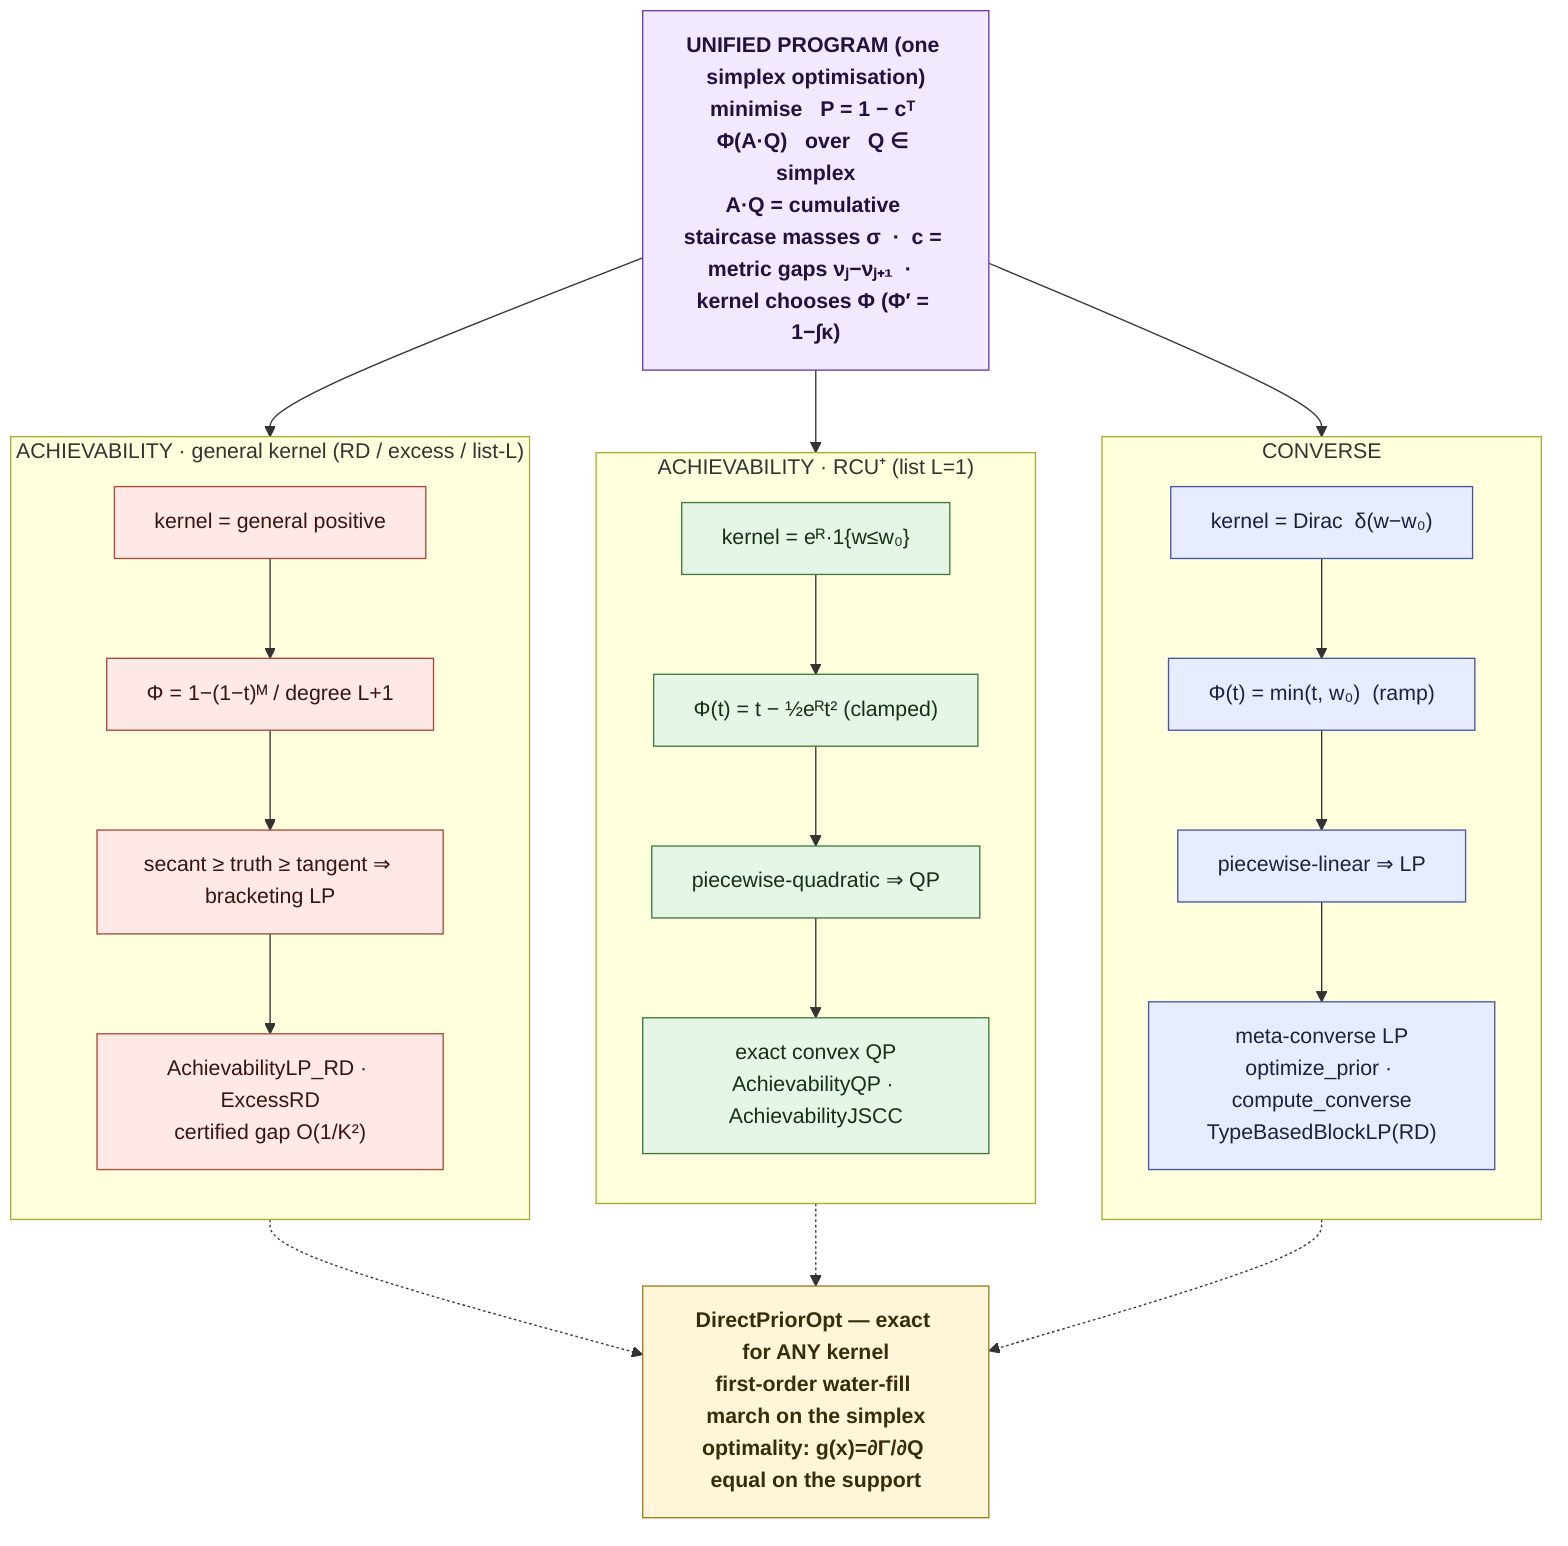
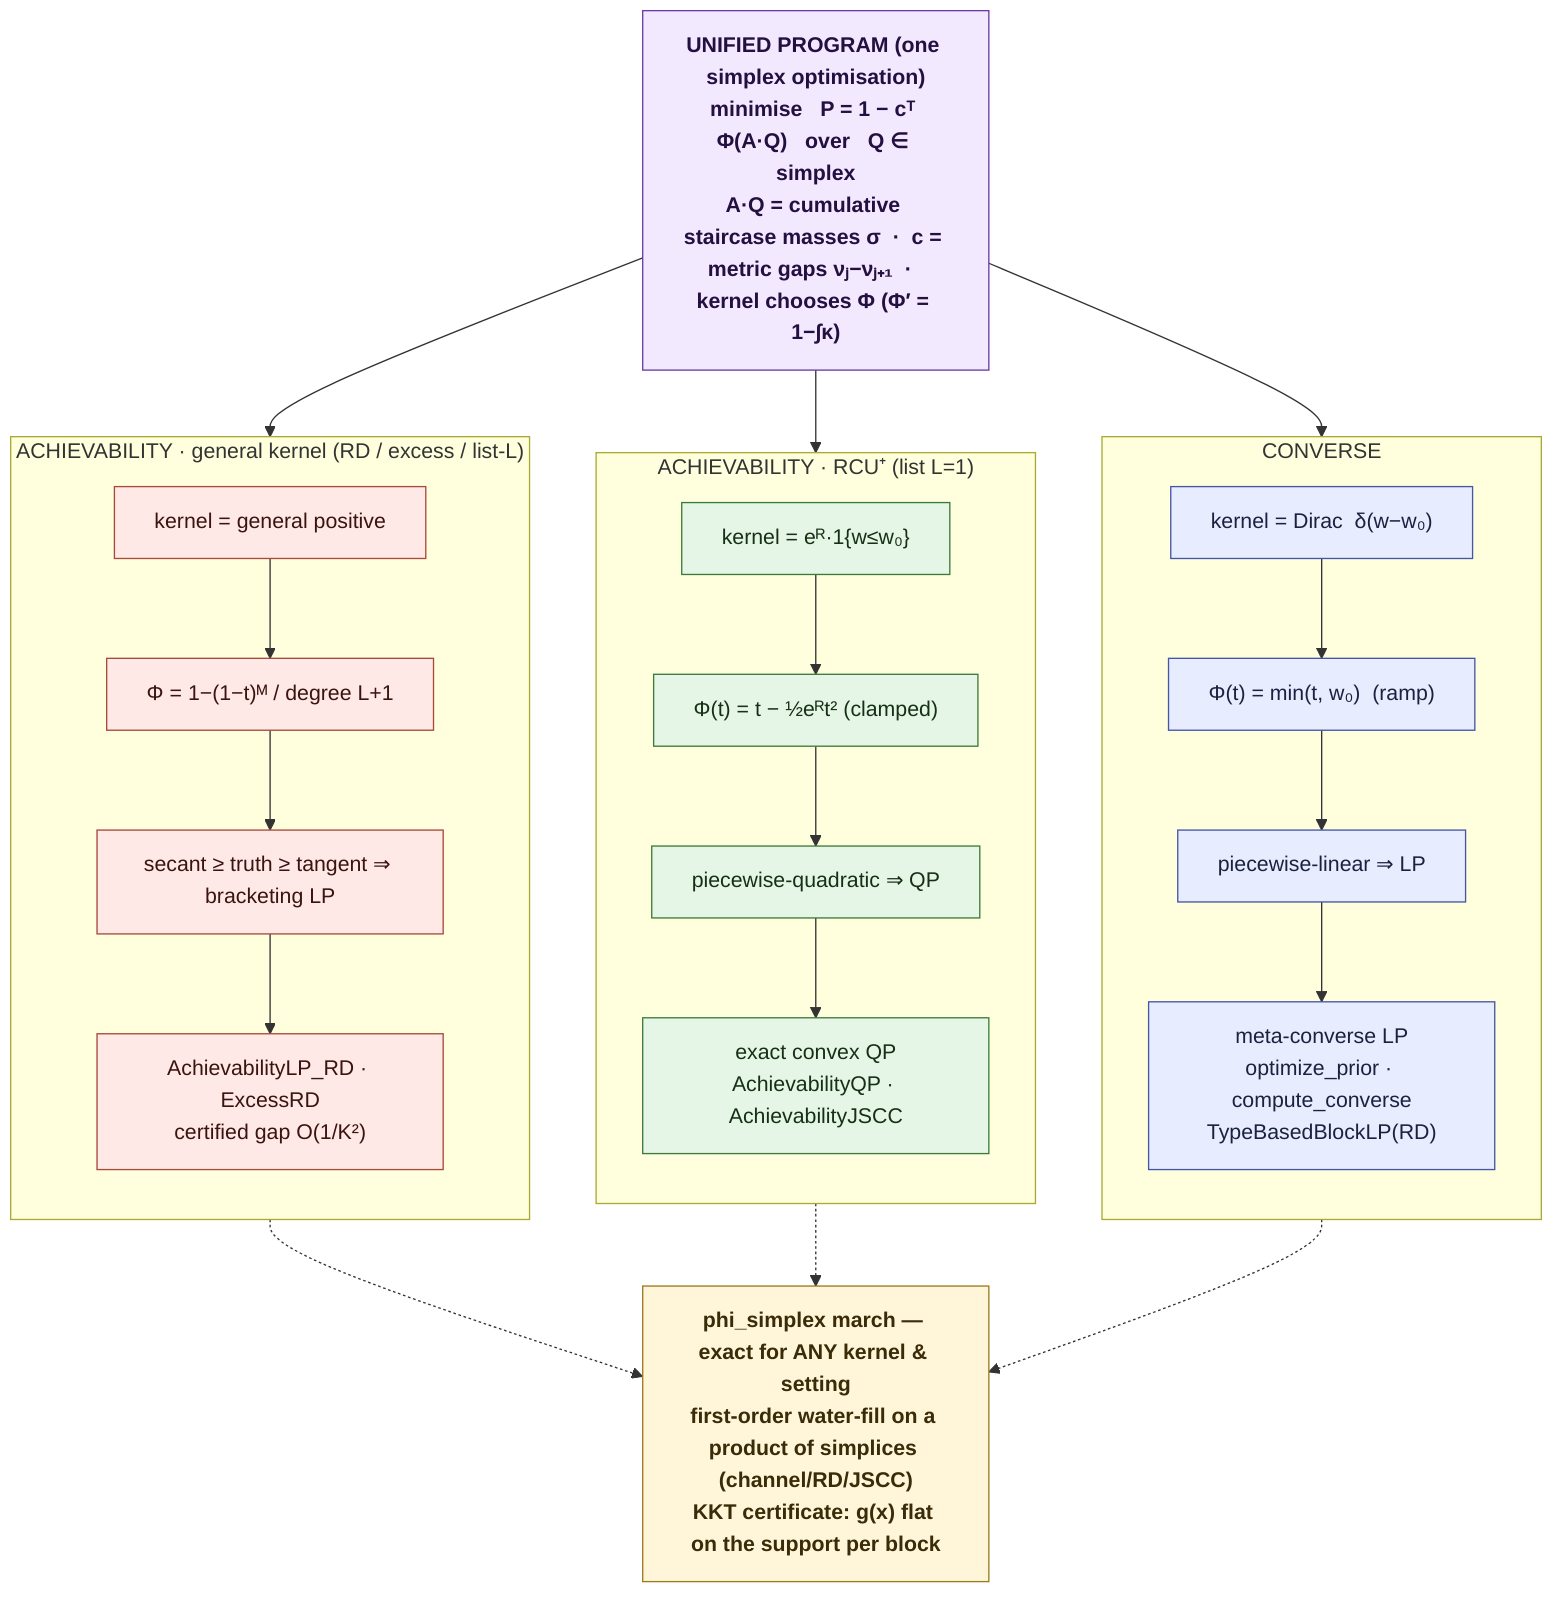
%% fbl — the one unified prior-optimization algorithm (Φ-view).
%% Source of truth for docs/algorithms.png. Render: python docs/render_diagram.py
flowchart TB
  classDef prog fill:#f3e9ff,stroke:#6a3ca6,color:#241040,font-weight:bold;
  classDef conv fill:#e8ecff,stroke:#4456a6,color:#1a2240;
  classDef ach1 fill:#e6f6e6,stroke:#3c7a3c,color:#163016;
  classDef ach2 fill:#ffe9e6,stroke:#a64a3c,color:#3a1410;
  classDef dir  fill:#fff6da,stroke:#9c7a1e,color:#3a2c08,font-weight:bold;

  P["UNIFIED PROGRAM (one simplex optimisation)<br/>minimise &nbsp; P = 1 − cᵀ Φ(A·Q) &nbsp; over &nbsp; Q ∈ simplex<br/>A·Q = cumulative staircase masses σ &nbsp;·&nbsp; c = metric gaps νⱼ−νⱼ₊₁ &nbsp;·&nbsp; kernel chooses Φ (Φ′ = 1−∫κ)"]:::prog

  P --> K1
  P --> K2
  P --> K3

  subgraph CONVERSE[" CONVERSE "]
    direction TB
    K1["kernel = Dirac &nbsp;δ(w−w₀)"]:::conv --> F1["Φ(t) = min(t, w₀) &nbsp;(ramp)"]:::conv --> R1["piecewise-linear ⇒ LP"]:::conv --> S1["meta-converse LP<br/>optimize_prior · compute_converse<br/>TypeBasedBlockLP(RD)"]:::conv
  end

  subgraph ACHA[" ACHIEVABILITY · RCU⁺ (list L=1) "]
    direction TB
    K2["kernel = eᴿ·1{w≤w₀}"]:::ach1 --> F2["Φ(t) = t − ½eᴿt²  (clamped)"]:::ach1 --> R2["piecewise-quadratic ⇒ QP"]:::ach1 --> S2["exact convex QP<br/>AchievabilityQP · AchievabilityJSCC"]:::ach1
  end

  subgraph ACHB[" ACHIEVABILITY · general kernel (RD / excess / list-L) "]
    direction TB
    K3["kernel = general positive"]:::ach2 --> F3["Φ = 1−(1−t)ᴹ  /  degree L+1"]:::ach2 --> R3["secant ≥ truth ≥ tangent ⇒ bracketing LP"]:::ach2 --> S3["AchievabilityLP_RD · ExcessRD<br/>certified gap O(1/K²)"]:::ach2
  end

  S1 -.-> DIR
  S2 -.-> DIR
  S3 -.-> DIR
-   DIR["DirectPriorOpt — exact for ANY kernel<br/>first-order water-fill march on the simplex<br/>optimality: g(x)=∂Γ/∂Q equal on the support"]:::dir
+   DIR["phi_simplex march — exact for ANY kernel & setting<br/>first-order water-fill on a product of simplices (channel/RD/JSCC)<br/>KKT certificate: g(x) flat on the support per block"]:::dir
